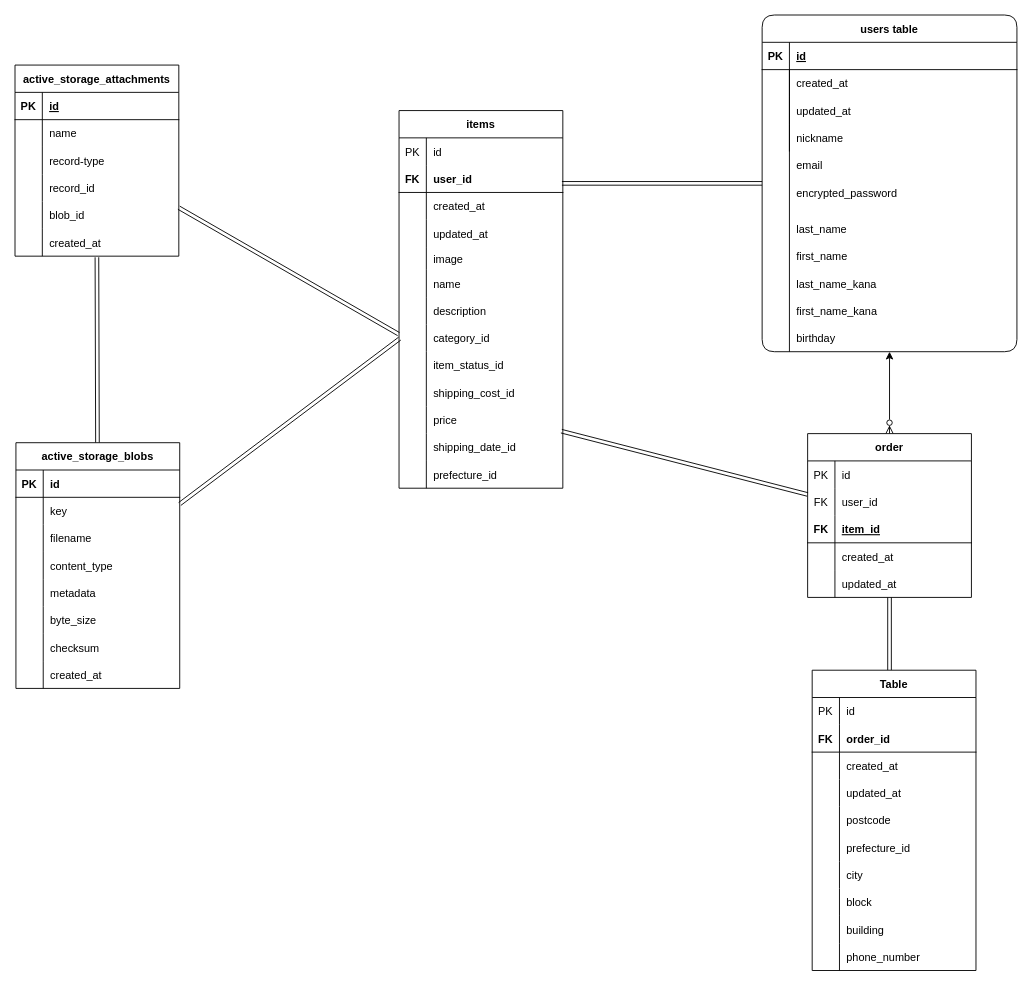
Earlier version of the draw.io diagram ER.dio (Tatushi/furima-39121). Source tidied: cells renumbered, new cells numbered last; positions are measured from the earlier drawing's top-left corner, leaving out a move shared by most shapes. Both pictures are drawn from the tidied source at 91%, with x=0, y=0 at pixel (15, 15).
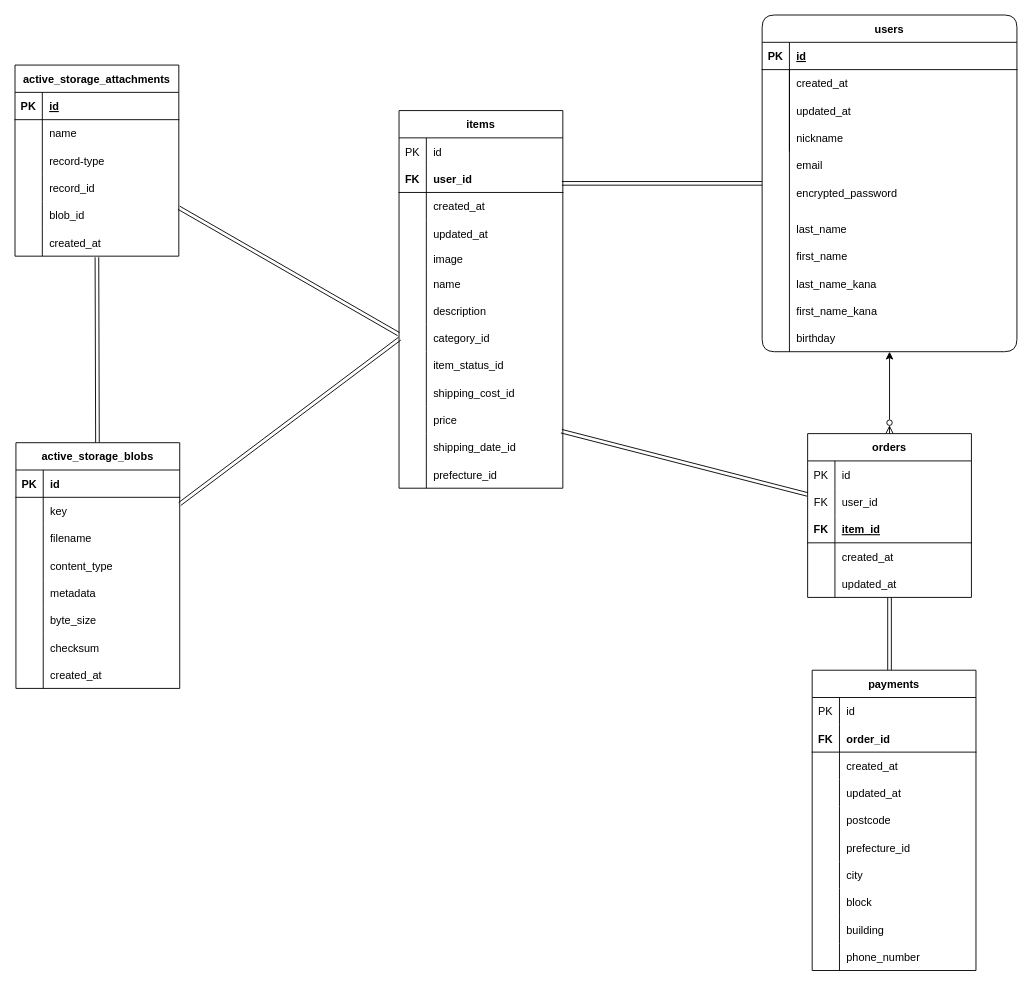
The same page after the edit.

Commit message (it also covers changes not shown here):
ER図、README再々修正

The edit, as a diff of the source:
```diff
@@
-    <mxCell id="3" value="users table" style="shape=table;startSize=30;childLayout=tableLayout;rowLines=0;fontStyle=1;align=center;rounded=1;" parent="1" vertex="1">
+    <mxCell id="3" value="users" style="shape=table;startSize=30;childLayout=tableLayout;rowLines=0;fontStyle=1;align=center;rounded=1;" parent="1" vertex="1">
       <mxGeometry x="821" width="280" height="370" as="geometry" />
     </mxCell>
@@
-    <mxCell id="27" value="order" style="shape=table;startSize=30;childLayout=tableLayout;rowLines=0;fontStyle=1;align=center;" parent="1" vertex="1">
+    <mxCell id="27" value="orders" style="shape=table;startSize=30;childLayout=tableLayout;rowLines=0;fontStyle=1;align=center;" parent="1" vertex="1">
       <mxGeometry x="871" y="460" width="180" height="180" as="geometry" />
     </mxCell>
@@
-    <mxCell id="83" value="Table" style="shape=table;startSize=30;childLayout=tableLayout;rowLines=0;fontStyle=1;align=center;" parent="1" vertex="1">
+    <mxCell id="83" value="payments" style="shape=table;startSize=30;childLayout=tableLayout;rowLines=0;fontStyle=1;align=center;" parent="1" vertex="1">
       <mxGeometry x="876" y="720" width="180" height="330" as="geometry" />
     </mxCell>
```
